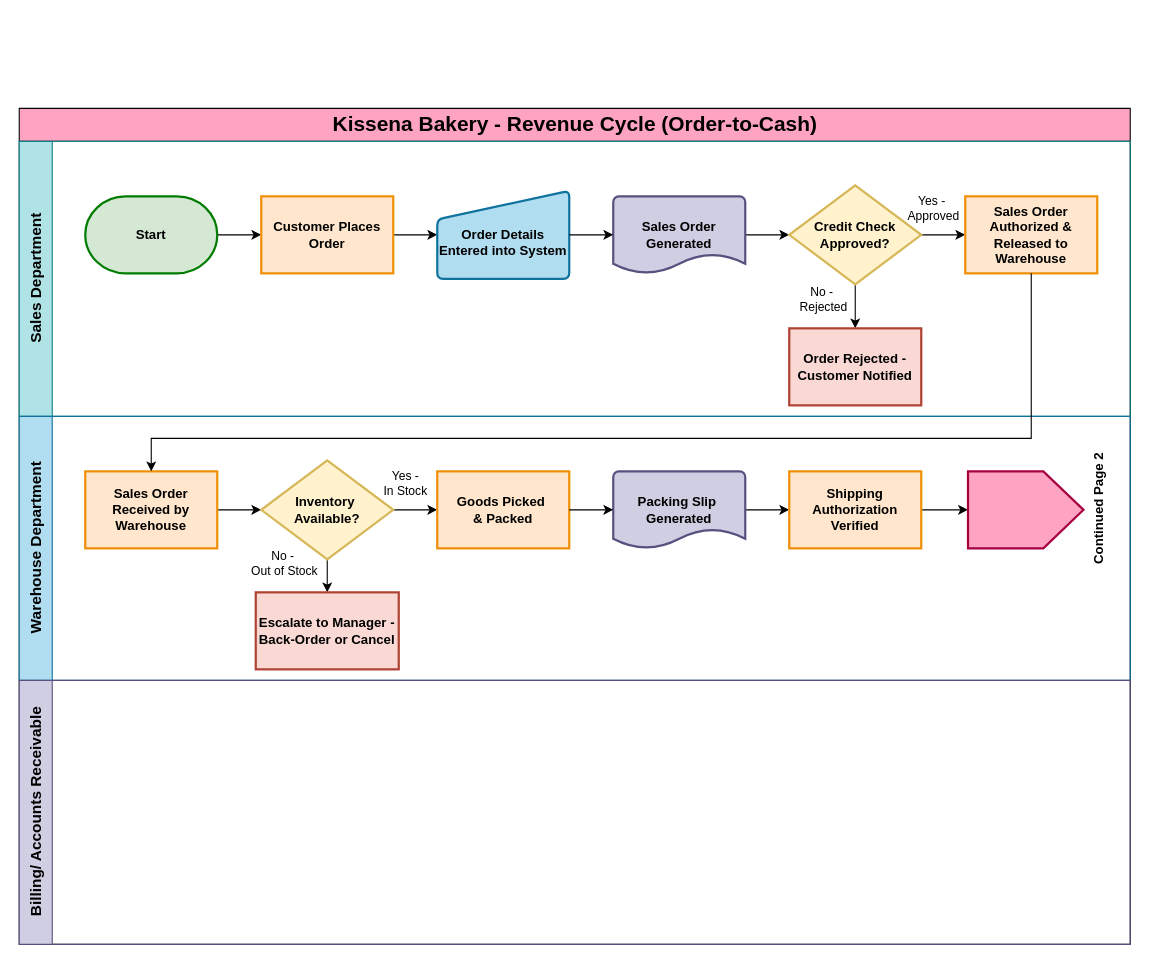
The draw.io diagram page "Page-1" (1 of 2) of Revenue_Cycle_Controls.drawio in talyasharoni51-a11y/drawio, before the edit. Source tidied: cells renumbered, new cells numbered last; positions are measured from the earlier drawing's top-left corner, leaving out a move shared by most shapes. Both pictures are drawn from the tidied source at 110%, with x=0, y=0 at pixel (19, 108).
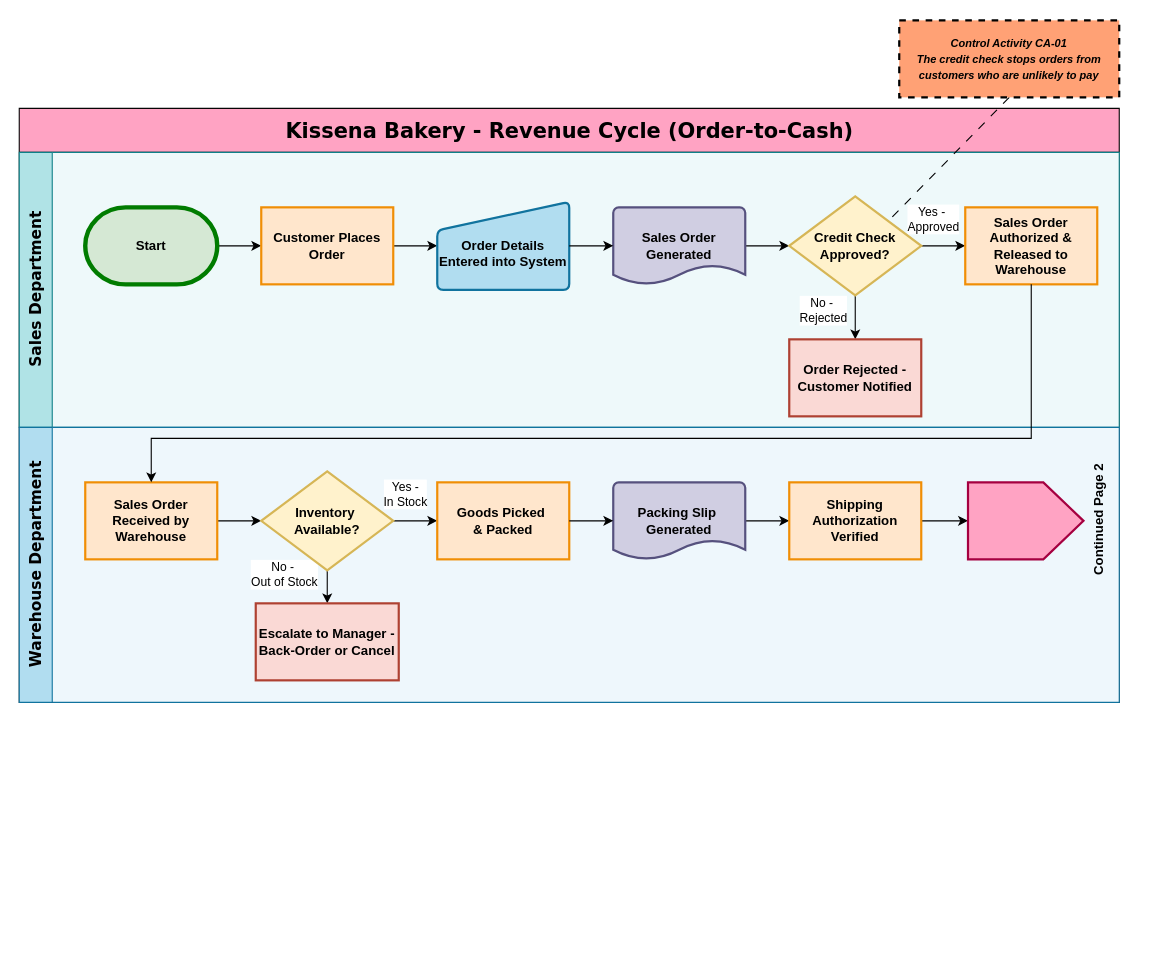
Above is the later version.

The change refers to these unchanged cells:
```xml
<mxCell id="15" value="&lt;b&gt;Credit Check Approved?&lt;/b&gt;" style="rhombus;whiteSpace=wrap;html=1;strokeWidth=2;fillColor=#fff2cc;strokeColor=#d6b656;" parent="3" vertex="1">
  <mxGeometry x="700" y="40" width="120" height="90" as="geometry" />
</mxCell>
```

Change to the diagram source:
```diff
@@
-    <mxCell id="2" value="&lt;font&gt;Kissena Bakery - Revenue Cycle (Order-to-Cash)&lt;/font&gt;" style="swimlane;horizontal=1;startSize=30;html=1;fillColor=light-dark(#ffa3c3, #ff90f3);strokeColor=light-dark(#050505, #d7817e);fontSize=19;" parent="1" vertex="1">
-      <mxGeometry width="1010" height="760" as="geometry" />
+    <mxCell id="2" value="&lt;font face=&quot;Verdana&quot;&gt;Kissena Bakery - Revenue Cycle (Order-to-Cash)&lt;/font&gt;" style="swimlane;horizontal=1;startSize=40;html=1;fillColor=light-dark(#ffa3c3, #ff90f3);strokeColor=light-dark(#050505, #d7817e);fontSize=19;" parent="1" vertex="1">
+      <mxGeometry width="1000" height="540" as="geometry" />
     </mxCell>
-    <mxCell id="3" value="&lt;font style=&quot;font-size: 14px;&quot;&gt;Sales Department&lt;/font&gt;" style="swimlane;startSize=30;horizontal=0;html=1;fillColor=#b0e3e6;strokeColor=#0e8088;" parent="2" vertex="1">
-      <mxGeometry y="30" width="1010" height="250" as="geometry" />
+    <mxCell id="3" value="&lt;font style=&quot;font-size: 14px;&quot; face=&quot;Verdana&quot;&gt;Sales Department&lt;/font&gt;" style="swimlane;startSize=30;horizontal=0;html=1;fillColor=#b0e3e6;strokeColor=#0e8088;gradientColor=none;swimlaneFillColor=#EEF9FA;" parent="2" vertex="1">
+      <mxGeometry y="40" width="1000" height="250" as="geometry" />
     </mxCell>
@@
-    <mxCell id="5" value="&lt;b&gt;Start&lt;/b&gt;" style="strokeWidth=2;html=1;shape=mxgraph.flowchart.terminator;whiteSpace=wrap;fillColor=#d5e8d4;strokeColor=#007C00;" parent="3" vertex="1">
+    <mxCell id="5" value="&lt;b&gt;Start&lt;/b&gt;" style="strokeWidth=4;html=1;shape=mxgraph.flowchart.terminator;whiteSpace=wrap;fillColor=#d5e8d4;strokeColor=#007C00;" parent="3" vertex="1">
       <mxGeometry x="60" y="50" width="120" height="70" as="geometry" />
     </mxCell>
@@
-    <mxCell id="19" value="&lt;font style=&quot;font-size: 14px;&quot;&gt;Warehouse Department&lt;/font&gt;" style="swimlane;startSize=30;horizontal=0;html=1;fillColor=#b1ddf0;strokeColor=#10739e;" parent="2" vertex="1">
-      <mxGeometry y="280" width="1010" height="240" as="geometry" />
+    <mxCell id="19" value="&lt;font style=&quot;font-size: 14px;&quot; face=&quot;Verdana&quot;&gt;Warehouse Department&lt;/font&gt;" style="swimlane;startSize=30;horizontal=0;html=1;fillColor=#b1ddf0;strokeColor=#10739e;swimlaneFillColor=#EEF7FC;" parent="2" vertex="1">
+      <mxGeometry y="290" width="1000" height="250" as="geometry" />
     </mxCell>
@@
-    <mxCell id="35" value="&lt;font style=&quot;font-size: 14px;&quot;&gt;Billing/ Accounts Receivable&lt;/font&gt;" style="swimlane;startSize=30;horizontal=0;html=1;fillColor=#d0cee2;strokeColor=#56517e;" parent="2" vertex="1">
-      <mxGeometry y="520" width="1010" height="240" as="geometry" />
-    </mxCell>
@@
+    <mxCell id="37" style="rounded=0;jettySize=auto;html=1;exitX=0.5;exitY=1;exitDx=0;exitDy=0;entryX=1;entryY=0;entryDx=0;entryDy=0;dashed=1;dashPattern=8 8;endArrow=none;endFill=0;strokeWidth=1;startSize=2;endSize=2;" parent="1" edge="1" source="38" target="15">
+      <mxGeometry relative="1" as="geometry" />
+    </mxCell>
+    <mxCell id="38" value="&lt;b&gt;&lt;font style=&quot;font-size: 10px;&quot;&gt;&lt;i&gt;Control Activity CA-01&lt;/i&gt;&lt;/font&gt;&lt;/b&gt;&lt;div&gt;&lt;b&gt;&lt;font style=&quot;font-size: 10px;&quot;&gt;&lt;i&gt;The credit check stops orders from customers who are unlikely to pay&lt;/i&gt;&lt;/font&gt;&lt;/b&gt;&lt;/div&gt;" style="html=1;dashed=1;whiteSpace=wrap;fillColor=light-dark(#ffa175, #c35a28);strokeColor=#000000;strokeWidth=2;fontColor=#000000;" parent="1" vertex="1">
+      <mxGeometry x="800" y="-80" width="200" height="70" as="geometry" />
+    </mxCell>
```
